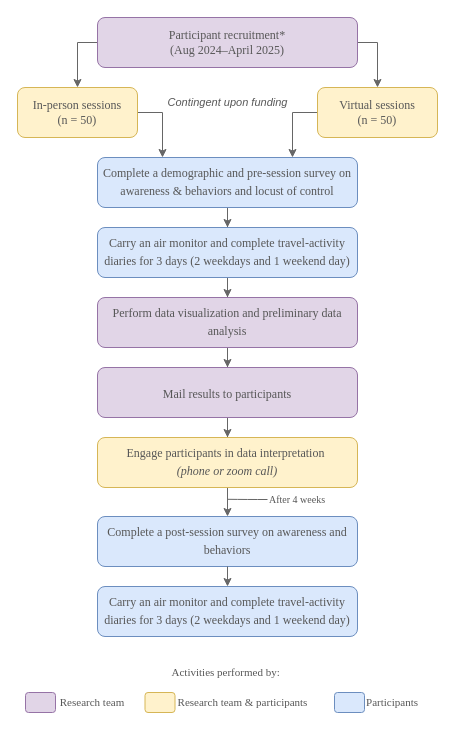
Above: AirQualityDissertation.drawio in dealchre/gradDrawio (draw.io), before the change. Source tidied: cells renumbered, new cells numbered last; positions are measured from the earlier drawing's top-left corner, leaving out a move shared by most shapes. Both pictures are drawn from the tidied source at 100%, with x=0, y=0 at pixel (17, 17).
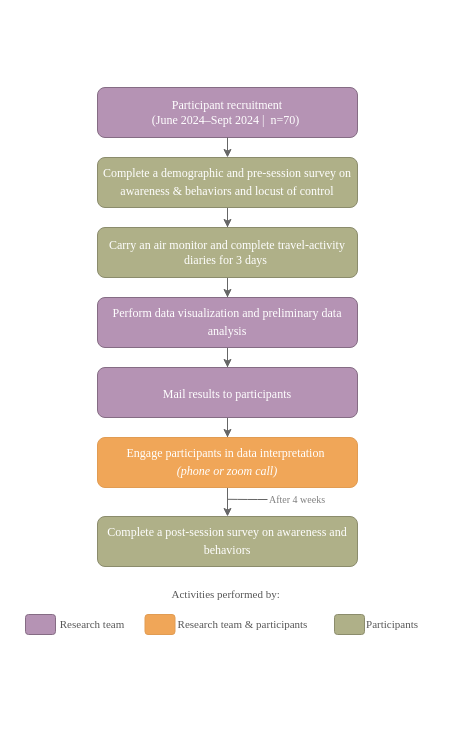
After the change.

Change to the diagram source:
```diff
@@
-    <mxCell id="2" style="edgeStyle=orthogonalEdgeStyle;rounded=0;jettySize=auto;html=1;exitX=1;exitY=0.5;exitDx=0;exitDy=0;entryX=0.5;entryY=0;entryDx=0;entryDy=0;fontFamily=Times New Roman;fontSize=11;endArrow=classic;endFill=1;strokeColor=#666666;strokeWidth=1;fontColor=#575757;" parent="1" edge="1" source="4" target="8">
-      <mxGeometry relative="1" as="geometry" />
-    </mxCell>
-    <mxCell id="3" style="edgeStyle=orthogonalEdgeStyle;rounded=0;jettySize=auto;html=1;exitX=0;exitY=0.5;exitDx=0;exitDy=0;fontFamily=Times New Roman;fontSize=11;endArrow=classic;endFill=1;strokeColor=#666666;strokeWidth=1;fontColor=#575757;entryX=0.5;entryY=0;entryDx=0;entryDy=0;" parent="1" edge="1" source="4" target="6">
-      <mxGeometry relative="1" as="geometry">
-        <Array as="points">
-          <mxPoint x="60" y="25" />
-        </Array>
-      </mxGeometry>
-    </mxCell>
-    <mxCell id="4" value="&lt;font style=&quot;font-size: 12px;&quot;&gt;Participant recruitment*&lt;br&gt;(&lt;span style=&quot;text-align: start;&quot;&gt;Aug 2024–April&lt;/span&gt;&lt;span style=&quot;text-align: start;&quot;&gt;&amp;nbsp;&lt;/span&gt;&lt;span style=&quot;text-align: start;&quot;&gt;&lt;/span&gt;2025)&lt;/font&gt;" style="rounded=1;whiteSpace=wrap;html=1;fontFamily=Times New Roman;fillColor=#e1d5e7;strokeColor=#9673a6;fontColor=#575757;" parent="1" vertex="1">
-      <mxGeometry x="80" width="260" height="50" as="geometry" />
+    <mxCell id="4" value="&lt;font style=&quot;font-size: 12px;&quot;&gt;Participant recruitment&lt;/font&gt;&lt;div&gt;&lt;font style=&quot;font-size: 12px;&quot;&gt;(June&lt;span style=&quot;text-align: start;&quot;&gt;&amp;nbsp;2024–Sept&lt;/span&gt;&lt;span style=&quot;text-align: start;&quot;&gt;&amp;nbsp;&lt;/span&gt;&lt;span style=&quot;text-align: start;&quot;&gt;&lt;/span&gt;2024 |&amp;nbsp;&lt;/font&gt;&lt;span style=&quot;background-color: initial;&quot;&gt;&amp;nbsp;n=70&lt;/span&gt;&lt;span style=&quot;background-color: initial;&quot;&gt;)&amp;nbsp;&lt;/span&gt;&lt;/div&gt;" style="rounded=1;whiteSpace=wrap;html=1;fontFamily=Times New Roman;fillColor=#B593B4;strokeColor=#856C84;fontColor=#FFFFFF;" parent="1" vertex="1">
+      <mxGeometry x="80" y="70" width="260" height="50" as="geometry" />
     </mxCell>
-    <mxCell id="5" style="edgeStyle=orthogonalEdgeStyle;rounded=0;jettySize=auto;html=1;exitX=1;exitY=0.5;exitDx=0;exitDy=0;entryX=0.25;entryY=0;entryDx=0;entryDy=0;fontFamily=Times New Roman;fontSize=11;endArrow=classic;endFill=1;strokeColor=#666666;strokeWidth=1;fontColor=#575757;" parent="1" edge="1" source="6" target="10">
-      <mxGeometry relative="1" as="geometry" />
-    </mxCell>
-    <mxCell id="6" value="&lt;div style=&quot;&quot;&gt;&lt;span style=&quot;background-color: initial;&quot;&gt;In-person sessions&lt;/span&gt;&lt;/div&gt;&lt;span style=&quot;&quot;&gt;&lt;font style=&quot;font-size: 12px;&quot;&gt;(n = 50)&lt;/font&gt;&lt;/span&gt;" style="rounded=1;whiteSpace=wrap;html=1;fontFamily=Times New Roman;fillColor=#fff2cc;strokeColor=#d6b656;fontColor=#575757;align=center;" parent="1" vertex="1">
-      <mxGeometry y="70" width="120" height="50" as="geometry" />
-    </mxCell>
-    <mxCell id="7" style="edgeStyle=orthogonalEdgeStyle;rounded=0;jettySize=auto;html=1;exitX=0;exitY=0.5;exitDx=0;exitDy=0;entryX=0.75;entryY=0;entryDx=0;entryDy=0;fontFamily=Times New Roman;fontSize=12;fontColor=#575757;strokeColor=#666666;" parent="1" edge="1" source="8" target="10">
-      <mxGeometry relative="1" as="geometry" />
-    </mxCell>
-    <mxCell id="8" value="&lt;span style=&quot;text-align: start;&quot;&gt;&lt;font style=&quot;font-size: 12px;&quot;&gt;Virtual sessions &lt;br&gt;(n = 50)&lt;/font&gt;&lt;/span&gt;" style="rounded=1;whiteSpace=wrap;html=1;fontFamily=Times New Roman;fillColor=#fff2cc;strokeColor=#d6b656;fontColor=#575757;" parent="1" vertex="1">
-      <mxGeometry x="300" y="70" width="120" height="50" as="geometry" />
-    </mxCell>
-    <mxCell id="9" style="edgeStyle=orthogonalEdgeStyle;rounded=0;jettySize=auto;html=1;fontFamily=Times New Roman;fontSize=12;fontColor=#575757;strokeColor=#666666;" parent="1" edge="1" source="10" target="12">
+    <mxCell id="9" style="edgeStyle=orthogonalEdgeStyle;rounded=0;jettySize=auto;html=1;fontFamily=Times New Roman;fontSize=12;fontColor=#FFFFFF;strokeColor=#666666;" parent="1" edge="1" source="10" target="12">
       <mxGeometry relative="1" as="geometry" />
     </mxCell>
-    <mxCell id="10" value="&lt;span style=&quot;text-align: start;&quot;&gt;&lt;font style=&quot;font-size: 12px;&quot;&gt;Complete a demographic and pre-session survey on awareness &amp;amp; behaviors and locust of control&lt;/font&gt;&lt;/span&gt;&lt;span style=&quot;font-size: medium; text-align: start;&quot;&gt;&lt;/span&gt;" style="whiteSpace=wrap;html=1;rounded=1;fontFamily=Times New Roman;fillColor=#dae8fc;strokeColor=#6c8ebf;fontColor=#575757;" parent="1" vertex="1">
+    <mxCell id="10" value="&lt;span style=&quot;text-align: start;&quot;&gt;&lt;font style=&quot;font-size: 12px;&quot;&gt;Complete a demographic and pre-session survey on awareness &amp;amp; behaviors and locust of control&lt;/font&gt;&lt;/span&gt;&lt;span style=&quot;font-size: medium; text-align: start;&quot;&gt;&lt;/span&gt;" style="whiteSpace=wrap;html=1;rounded=1;fontFamily=Times New Roman;fillColor=#AFB088;strokeColor=#8b8c6c;fontColor=#FFFFFF;" parent="1" vertex="1">
       <mxGeometry x="80" y="140" width="260" height="50" as="geometry" />
     </mxCell>
-    <mxCell id="11" style="edgeStyle=orthogonalEdgeStyle;rounded=0;jettySize=auto;html=1;fontFamily=Times New Roman;fontSize=12;fontColor=#575757;strokeColor=#666666;" parent="1" edge="1" source="12" target="14">
+    <mxCell id="11" style="edgeStyle=orthogonalEdgeStyle;rounded=0;jettySize=auto;html=1;fontFamily=Times New Roman;fontSize=12;fontColor=#FFFFFF;strokeColor=#666666;" parent="1" edge="1" source="12" target="14">
       <mxGeometry relative="1" as="geometry" />
     </mxCell>
-    <mxCell id="12" value="&lt;span style=&quot;text-align: start;&quot;&gt;&lt;font style=&quot;font-size: 12px;&quot;&gt;Carry an air monitor and complete travel-activity diaries for 3 days (2 weekdays and 1 weekend day)&lt;/font&gt;&lt;/span&gt;&lt;span style=&quot;font-size: medium; text-align: start;&quot;&gt;&lt;/span&gt;" style="whiteSpace=wrap;html=1;rounded=1;fontFamily=Times New Roman;fillColor=#dae8fc;strokeColor=#6c8ebf;fontColor=#575757;" parent="1" vertex="1">
+    <mxCell id="12" value="&lt;span style=&quot;text-align: start;&quot;&gt;&lt;font style=&quot;font-size: 12px;&quot;&gt;Carry an air monitor and complete travel-activity diaries for 3 days&amp;nbsp;&lt;/font&gt;&lt;/span&gt;" style="whiteSpace=wrap;html=1;rounded=1;fontFamily=Times New Roman;fillColor=#AFB088;strokeColor=#8b8c6c;fontColor=#FFFFFF;" parent="1" vertex="1">
       <mxGeometry x="80" y="210" width="260" height="50" as="geometry" />
     </mxCell>
-    <mxCell id="13" style="edgeStyle=orthogonalEdgeStyle;rounded=0;jettySize=auto;html=1;fontFamily=Times New Roman;fontSize=12;fontColor=#575757;strokeColor=#666666;" parent="1" edge="1" source="14" target="16">
+    <mxCell id="13" style="edgeStyle=orthogonalEdgeStyle;rounded=0;jettySize=auto;html=1;fontFamily=Times New Roman;fontSize=12;fontColor=#FFFFFF;strokeColor=#666666;" parent="1" edge="1" source="14" target="16">
       <mxGeometry relative="1" as="geometry" />
     </mxCell>
-    <mxCell id="14" value="&lt;span style=&quot;text-align: start; font-family: &amp;quot;Times New Roman&amp;quot;, serif;&quot;&gt;&lt;font style=&quot;font-size: 12px;&quot;&gt;Perform data visualization and preliminary data analysis&lt;/font&gt;&lt;/span&gt;&lt;span style=&quot;font-size: medium; text-align: start;&quot;&gt;&lt;/span&gt;" style="whiteSpace=wrap;html=1;rounded=1;fontFamily=Times New Roman;fillColor=#e1d5e7;strokeColor=#9673a6;fontColor=#575757;" parent="1" vertex="1">
+    <mxCell id="14" value="&lt;span style=&quot;text-align: start; font-family: &amp;quot;Times New Roman&amp;quot;, serif;&quot;&gt;&lt;font style=&quot;font-size: 12px;&quot;&gt;Perform data visualization and preliminary data analysis&lt;/font&gt;&lt;/span&gt;&lt;span style=&quot;font-size: medium; text-align: start;&quot;&gt;&lt;/span&gt;" style="whiteSpace=wrap;html=1;rounded=1;fontFamily=Times New Roman;fillColor=#B593B4;strokeColor=#856C84;fontColor=#FFFFFF;" parent="1" vertex="1">
       <mxGeometry x="80" y="280" width="260" height="50" as="geometry" />
     </mxCell>
-    <mxCell id="15" style="edgeStyle=orthogonalEdgeStyle;rounded=0;jettySize=auto;html=1;fontFamily=Times New Roman;fontSize=12;fontColor=#575757;strokeColor=#666666;" parent="1" edge="1" source="16" target="18">
+    <mxCell id="15" style="edgeStyle=orthogonalEdgeStyle;rounded=0;jettySize=auto;html=1;fontFamily=Times New Roman;fontSize=12;fontColor=#FFFFFF;strokeColor=#666666;" parent="1" edge="1" source="16" target="18">
       <mxGeometry relative="1" as="geometry" />
     </mxCell>
-    <mxCell id="16" value="&lt;span style=&quot;text-align: start; font-family: &amp;quot;Times New Roman&amp;quot;, serif;&quot;&gt;&lt;font style=&quot;font-size: 12px;&quot;&gt;Mail results to participants&lt;/font&gt;&lt;/span&gt;&lt;span style=&quot;font-size: medium; text-align: start;&quot;&gt;&lt;/span&gt;" style="whiteSpace=wrap;html=1;rounded=1;fontFamily=Times New Roman;fillColor=#e1d5e7;strokeColor=#9673a6;fontColor=#575757;" parent="1" vertex="1">
+    <mxCell id="16" value="&lt;span style=&quot;text-align: start; font-family: &amp;quot;Times New Roman&amp;quot;, serif;&quot;&gt;&lt;font style=&quot;font-size: 12px;&quot;&gt;Mail results to participants&lt;/font&gt;&lt;/span&gt;&lt;span style=&quot;font-size: medium; text-align: start;&quot;&gt;&lt;/span&gt;" style="whiteSpace=wrap;html=1;rounded=1;fontFamily=Times New Roman;fillColor=#B593B4;strokeColor=#856C84;fontColor=#FFFFFF;" parent="1" vertex="1">
       <mxGeometry x="80" y="350" width="260" height="50" as="geometry" />
     </mxCell>
-    <mxCell id="17" style="edgeStyle=orthogonalEdgeStyle;rounded=0;jettySize=auto;html=1;fontFamily=Times New Roman;fontSize=12;fontColor=#575757;strokeColor=#666666;" parent="1" edge="1" source="18" target="19">
+    <mxCell id="17" style="edgeStyle=orthogonalEdgeStyle;rounded=0;jettySize=auto;html=1;fontFamily=Times New Roman;fontSize=12;fontColor=#FFFFFF;strokeColor=#666666;" parent="1" edge="1" source="18" target="19">
       <mxGeometry relative="1" as="geometry" />
     </mxCell>
-    <mxCell id="18" value="&lt;span style=&quot;text-align: start;&quot;&gt;&lt;font style=&quot;font-size: 12px;&quot;&gt;Engage participants in data interpretation&amp;nbsp;&lt;/font&gt;&lt;/span&gt;&lt;div&gt;&lt;span style=&quot;text-align: start;&quot;&gt;&lt;font style=&quot;font-size: 12px;&quot;&gt;&lt;i&gt;(phone or zoom call)&lt;/i&gt;&lt;/font&gt;&lt;/span&gt;&lt;span style=&quot;font-size: medium; text-align: start;&quot;&gt;&lt;/span&gt;&lt;/div&gt;" style="whiteSpace=wrap;html=1;rounded=1;fontFamily=Times New Roman;fillColor=#fff2cc;strokeColor=#d6b656;fontColor=#575757;" parent="1" vertex="1">
+    <mxCell id="18" value="&lt;span style=&quot;text-align: start;&quot;&gt;&lt;font style=&quot;font-size: 12px;&quot;&gt;Engage participants in data interpretation&amp;nbsp;&lt;/font&gt;&lt;/span&gt;&lt;div&gt;&lt;span style=&quot;text-align: start;&quot;&gt;&lt;font style=&quot;font-size: 12px;&quot;&gt;&lt;i&gt;(phone or zoom call)&lt;/i&gt;&lt;/font&gt;&lt;/span&gt;&lt;span style=&quot;font-size: medium; text-align: start;&quot;&gt;&lt;/span&gt;&lt;/div&gt;" style="whiteSpace=wrap;html=1;rounded=1;fontFamily=Times New Roman;fillColor=#F0A658;strokeColor=#E19C53;fontColor=#FFFFFF;" parent="1" vertex="1">
       <mxGeometry x="80" y="420" width="260" height="50" as="geometry" />
     </mxCell>
-    <mxCell id="19" value="&lt;span style=&quot;text-align: start; font-family: &amp;quot;Times New Roman&amp;quot;, serif;&quot;&gt;&lt;font style=&quot;font-size: 12px;&quot;&gt;Complete a post-session survey on awareness and behaviors&lt;/font&gt;&lt;/span&gt;&lt;span style=&quot;font-size: medium; text-align: start;&quot;&gt;&lt;/span&gt;" style="whiteSpace=wrap;html=1;rounded=1;fontFamily=Times New Roman;fillColor=#dae8fc;strokeColor=#6c8ebf;fontColor=#575757;" parent="1" vertex="1">
+    <mxCell id="19" value="&lt;span style=&quot;text-align: start; font-family: &amp;quot;Times New Roman&amp;quot;, serif;&quot;&gt;&lt;font style=&quot;font-size: 12px;&quot;&gt;Complete a post-session survey on awareness and behaviors&lt;/font&gt;&lt;/span&gt;&lt;span style=&quot;font-size: medium; text-align: start;&quot;&gt;&lt;/span&gt;" style="whiteSpace=wrap;html=1;rounded=1;fontFamily=Times New Roman;fillColor=#AFB088;strokeColor=#8b8c6c;fontColor=#FFFFFF;" parent="1" vertex="1">
       <mxGeometry x="80" y="499" width="260" height="50" as="geometry" />
     </mxCell>
-    <mxCell id="20" style="edgeStyle=orthogonalEdgeStyle;rounded=1;jettySize=auto;html=1;exitX=0;exitY=0.5;exitDx=0;exitDy=0;fontFamily=Times New Roman;fontSize=12;strokeColor=#666666;endArrow=none;endFill=0;fontColor=#575757;" parent="1" edge="1" source="21">
+    <mxCell id="20" style="edgeStyle=orthogonalEdgeStyle;rounded=1;jettySize=auto;html=1;exitX=0;exitY=0.5;exitDx=0;exitDy=0;fontFamily=Times New Roman;fontSize=12;strokeColor=#666666;endArrow=none;endFill=0;fontColor=#FFFFFF;" parent="1" edge="1" source="21">
       <mxGeometry relative="1" as="geometry">
         <mxPoint x="210" y="481.8" as="targetPoint" />
       </mxGeometry>
     </mxCell>
-    <mxCell id="21" value="After 4 weeks" style="text;html=1;strokeColor=none;fillColor=none;align=center;verticalAlign=middle;whiteSpace=wrap;rounded=0;fontFamily=Times New Roman;fontSize=10;fontColor=#575757;" parent="1" vertex="1">
+    <mxCell id="21" value="After 4 weeks" style="text;html=1;strokeColor=none;fillColor=none;align=center;verticalAlign=middle;whiteSpace=wrap;rounded=0;fontFamily=Times New Roman;fontSize=10;fontColor=#808080;" parent="1" vertex="1">
       <mxGeometry x="250" y="467" width="60" height="30" as="geometry" />
     </mxCell>
     <mxCell id="22" value="Activities performed by:&amp;nbsp;" style="text;html=1;strokeColor=none;fillColor=none;align=center;verticalAlign=middle;whiteSpace=wrap;rounded=0;fontFamily=Times New Roman;fontSize=11;fontColor=#575757;" parent="1" vertex="1">
-      <mxGeometry x="80" y="640" width="260" height="30" as="geometry" />
+      <mxGeometry x="80" y="562" width="260" height="30" as="geometry" />
     </mxCell>
     <mxCell id="23" value="Research team" style="text;html=1;strokeColor=none;fillColor=none;align=center;verticalAlign=middle;whiteSpace=wrap;rounded=0;fontFamily=Times New Roman;fontSize=11;fontColor=#575757;" parent="1" vertex="1">
-      <mxGeometry x="30" y="670" width="90" height="30" as="geometry" />
+      <mxGeometry x="30" y="592" width="90" height="30" as="geometry" />
     </mxCell>
     <mxCell id="24" value="Participants" style="text;html=1;strokeColor=none;fillColor=none;align=center;verticalAlign=middle;whiteSpace=wrap;rounded=0;fontFamily=Times New Roman;fontSize=11;fontColor=#575757;" parent="1" vertex="1">
-      <mxGeometry x="330" y="670" width="90" height="30" as="geometry" />
+      <mxGeometry x="330" y="592" width="90" height="30" as="geometry" />
     </mxCell>
     <mxCell id="25" value="&lt;span style=&quot;text-align: start; font-size: 11px;&quot;&gt;&lt;font style=&quot;font-size: 11px;&quot;&gt;Research team &amp;amp; participants&lt;/font&gt;&lt;/span&gt;&lt;span style=&quot;font-size: 11px; text-align: start;&quot;&gt;&lt;/span&gt;" style="text;html=1;strokeColor=none;fillColor=none;align=center;verticalAlign=middle;whiteSpace=wrap;rounded=0;fontFamily=Times New Roman;fontSize=11;fontColor=#575757;" parent="1" vertex="1">
-      <mxGeometry x="157.5" y="670" width="135" height="30" as="geometry" />
+      <mxGeometry x="157.5" y="592" width="135" height="30" as="geometry" />
     </mxCell>
-    <mxCell id="26" style="rounded=1;whiteSpace=wrap;html=1;fontFamily=Times New Roman;fontSize=11;fillColor=#e1d5e7;strokeColor=#9673a6;fontColor=#575757;" parent="1" vertex="1">
-      <mxGeometry x="8" y="675" width="30" height="20" as="geometry" />
+    <mxCell id="26" style="rounded=1;whiteSpace=wrap;html=1;fontFamily=Times New Roman;fontSize=11;fillColor=#B593B4;strokeColor=#856C84;fontColor=#575757;" parent="1" vertex="1">
+      <mxGeometry x="8" y="597" width="30" height="20" as="geometry" />
     </mxCell>
-    <mxCell id="27" style="rounded=1;whiteSpace=wrap;html=1;fontFamily=Times New Roman;fontSize=11;fillColor=#dae8fc;strokeColor=#6c8ebf;fontColor=#575757;" parent="1" vertex="1">
-      <mxGeometry x="317" y="675" width="30" height="20" as="geometry" />
+    <mxCell id="27" style="rounded=1;whiteSpace=wrap;html=1;fontFamily=Times New Roman;fontSize=11;fillColor=#AFB088;strokeColor=#8b8c6c;fontColor=#575757;" parent="1" vertex="1">
+      <mxGeometry x="317" y="597" width="30" height="20" as="geometry" />
     </mxCell>
-    <mxCell id="28" style="rounded=1;whiteSpace=wrap;html=1;fontFamily=Times New Roman;fontSize=11;fillColor=#fff2cc;strokeColor=#d6b656;fontColor=#575757;" parent="1" vertex="1">
-      <mxGeometry x="127.5" y="675" width="30" height="20" as="geometry" />
+    <mxCell id="28" style="rounded=1;whiteSpace=wrap;html=1;fontFamily=Times New Roman;fontSize=11;fillColor=#F0A658;strokeColor=#E19C53;fontColor=#575757;" parent="1" vertex="1">
+      <mxGeometry x="127.5" y="597" width="30" height="20" as="geometry" />
     </mxCell>
-    <mxCell id="29" value="&lt;i style=&quot;font-size: 11px;&quot;&gt;&lt;font style=&quot;font-size: 11px;&quot;&gt;Contingent upon funding&lt;/font&gt;&lt;/i&gt;" style="text;html=1;align=center;verticalAlign=middle;strokeColor=none;fillColor=none;fontSize=11;fontColor=#575757;" parent="1" vertex="1">
-      <mxGeometry x="140" y="70" width="140" height="30" as="geometry" />
-    </mxCell>
-    <mxCell id="30" style="edgeStyle=orthogonalEdgeStyle;rounded=0;jettySize=auto;html=1;fontFamily=Times New Roman;fontSize=12;fontColor=#575757;strokeColor=#666666;entryX=0.5;entryY=0;entryDx=0;entryDy=0;" parent="1" edge="1" target="31">
-      <mxGeometry relative="1" as="geometry">
-        <mxPoint x="210" y="549" as="sourcePoint" />
-      </mxGeometry>
-    </mxCell>
-    <mxCell id="31" value="&lt;span style=&quot;text-align: start;&quot;&gt;&lt;font style=&quot;font-size: 12px;&quot;&gt;Carry an air monitor and complete travel-activity diaries for 3 days (2 weekdays and 1 weekend day)&lt;/font&gt;&lt;/span&gt;&lt;span style=&quot;font-size: medium; text-align: start;&quot;&gt;&lt;/span&gt;" style="whiteSpace=wrap;html=1;rounded=1;fontFamily=Times New Roman;fillColor=#dae8fc;strokeColor=#6c8ebf;fontColor=#575757;" parent="1" vertex="1">
-      <mxGeometry x="80" y="569" width="260" height="50" as="geometry" />
-    </mxCell>
+    <mxCell id="32" style="edgeStyle=orthogonalEdgeStyle;rounded=0;orthogonalLoop=1;jettySize=auto;html=1;fontFamily=Times New Roman;fontSize=12;fontColor=#FFFFFF;strokeColor=#666666;" parent="1" edge="1">
+      <mxGeometry relative="1" as="geometry">
+        <mxPoint x="210" y="120" as="sourcePoint" />
+        <mxPoint x="210" y="140" as="targetPoint" />
+      </mxGeometry>
+    </mxCell>
```
